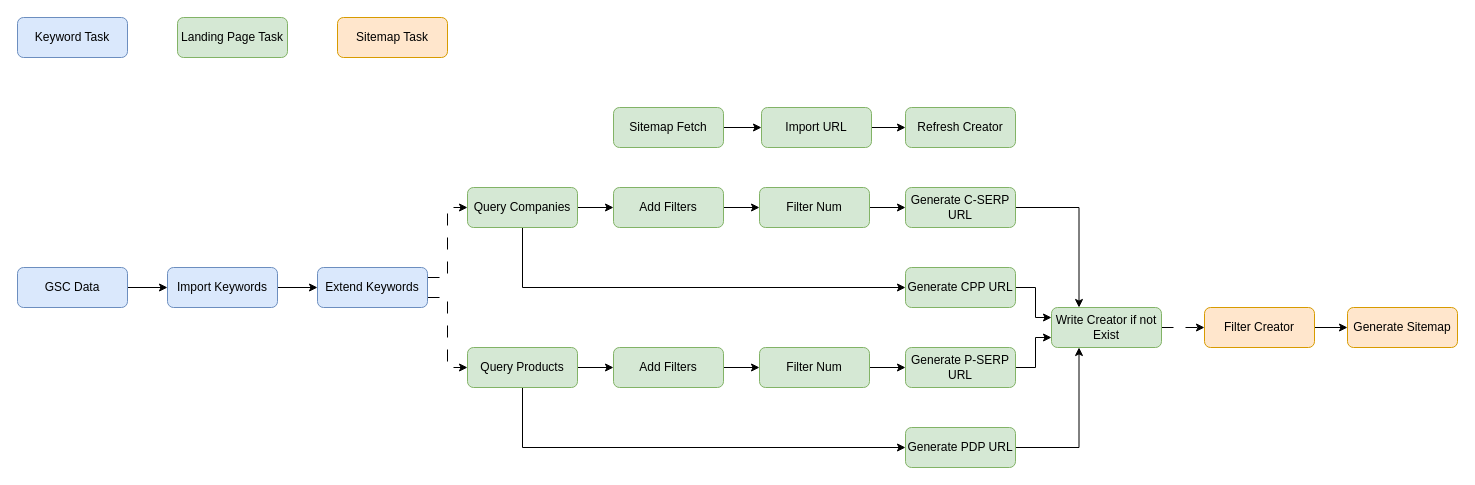
This is drawio/ep_sitemap.drawio from VisableHarry/seo-drawio, a draw.io file, before an edit. Source tidied: cells renumbered, new cells numbered last; positions are measured from the earlier drawing's top-left corner, leaving out a move shared by most shapes. Both pictures are drawn from the tidied source at 100%, with x=0, y=0 at pixel (17, 17).
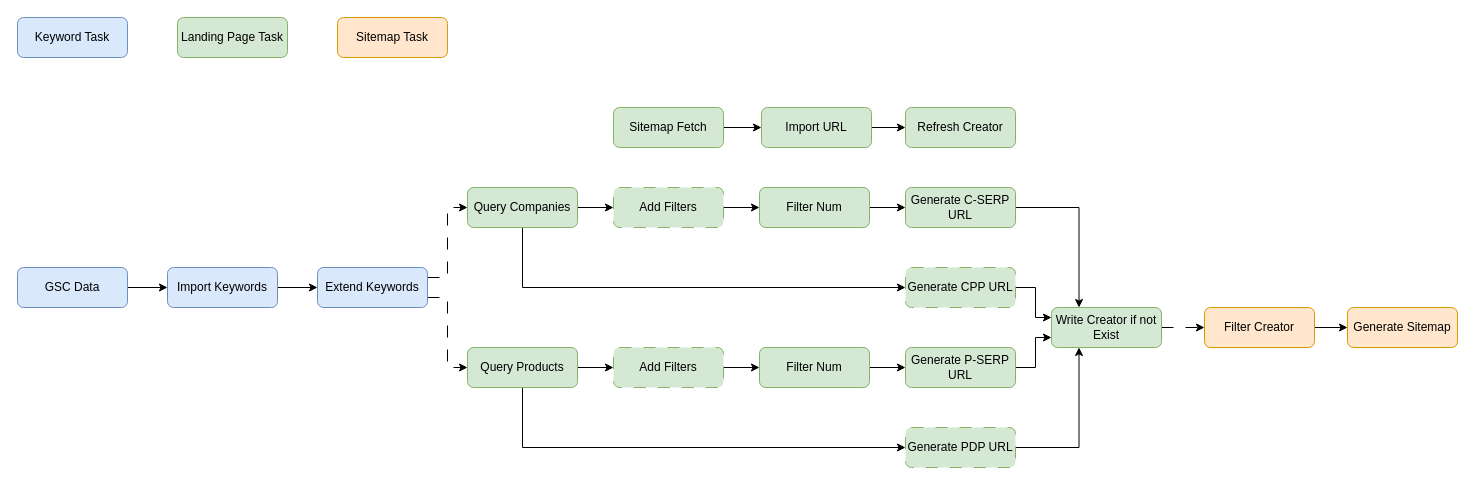
The same diagram, later.

What changed in the source:
```diff
@@
-    <mxCell id="29" value="Add Filters" style="rounded=1;whiteSpace=wrap;html=1;fillColor=#d5e8d4;strokeColor=#82b366;" parent="1" vertex="1">
+    <mxCell id="29" value="Add Filters" style="rounded=1;whiteSpace=wrap;html=1;fillColor=#d5e8d4;strokeColor=#82b366;dashed=1;dashPattern=12 12;" parent="1" vertex="1">
       <mxGeometry x="596" y="330" width="110" height="40" as="geometry" />
     </mxCell>
@@
-    <mxCell id="31" value="Add Filters" style="rounded=1;whiteSpace=wrap;html=1;fillColor=#d5e8d4;strokeColor=#82b366;" parent="1" vertex="1">
+    <mxCell id="31" value="Add Filters" style="rounded=1;whiteSpace=wrap;html=1;fillColor=#d5e8d4;strokeColor=#82b366;dashed=1;dashPattern=12 12;" parent="1" vertex="1">
       <mxGeometry x="596" y="170" width="110" height="40" as="geometry" />
     </mxCell>
@@
-    <mxCell id="33" value="Generate CPP URL" style="rounded=1;whiteSpace=wrap;html=1;fillColor=#d5e8d4;strokeColor=#82b366;" parent="1" vertex="1">
+    <mxCell id="33" value="Generate CPP URL" style="rounded=1;whiteSpace=wrap;html=1;fillColor=#d5e8d4;strokeColor=#82b366;dashed=1;dashPattern=12 12;" parent="1" vertex="1">
       <mxGeometry x="888" y="250" width="110" height="40" as="geometry" />
     </mxCell>
@@
-    <mxCell id="35" value="Generate PDP URL" style="rounded=1;whiteSpace=wrap;html=1;fillColor=#d5e8d4;strokeColor=#82b366;" parent="1" vertex="1">
+    <mxCell id="35" value="Generate PDP URL" style="rounded=1;whiteSpace=wrap;html=1;fillColor=#d5e8d4;strokeColor=#82b366;dashed=1;dashPattern=12 12;" parent="1" vertex="1">
       <mxGeometry x="888" y="410" width="110" height="40" as="geometry" />
     </mxCell>
```
